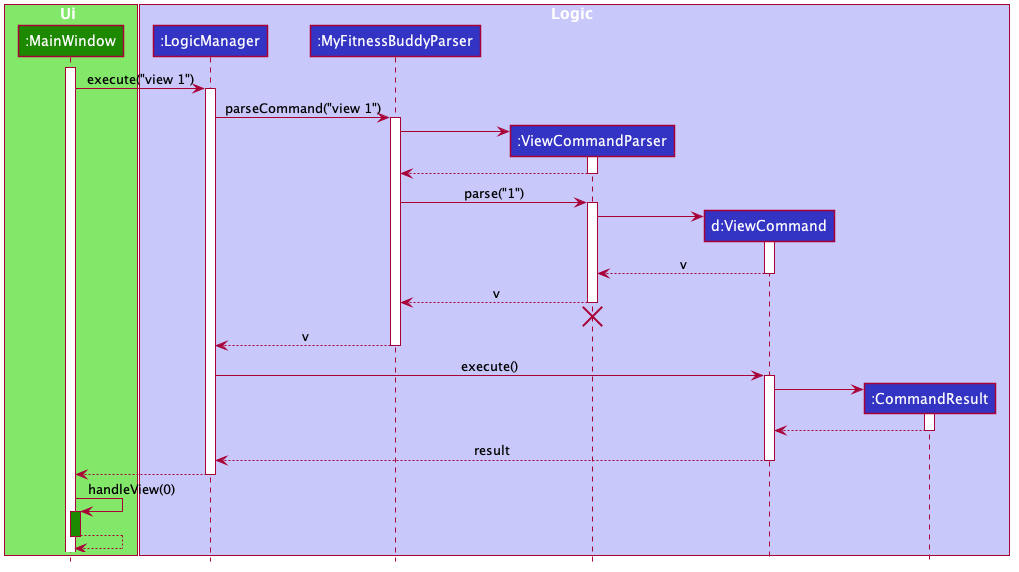
Earlier version of the PlantUML export docs/images/ViewSequenceDiagram.png (wayne987/tp).
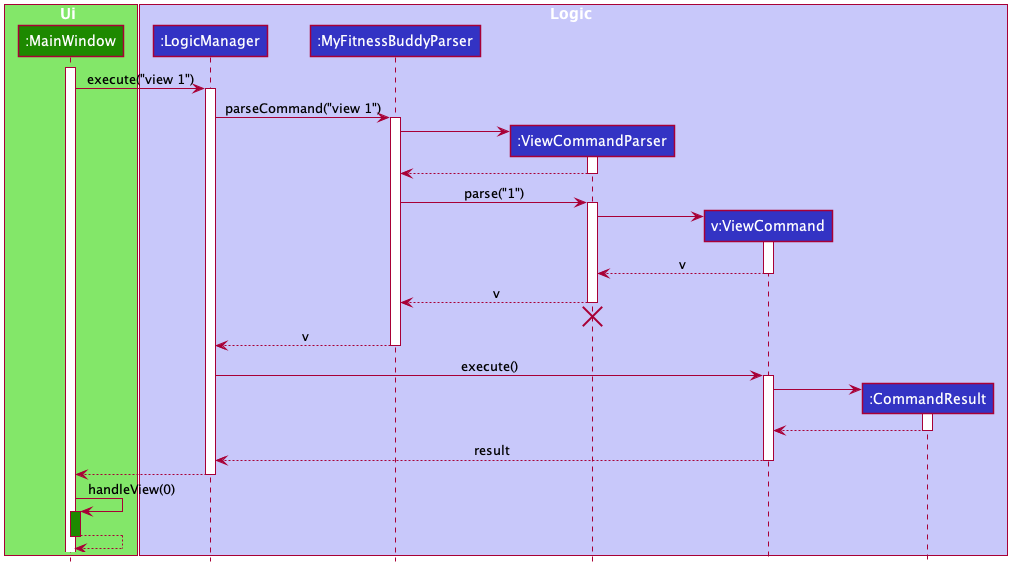
Later version of the same file.

The edit, as a diff of the source:
```diff
@@ -57,7 +57,7 @@
 participant ":LogicManager" as LogicManager #3333C4
 participant ":MyFitnessBuddyParser" as MyFitnessBuddyParser #3333C4
 participant ":ViewCommandParser" as ViewCommandParser #3333C4
-participant "d:ViewCommand" as ViewCommand #3333C4
+participant "v:ViewCommand" as ViewCommand #3333C4
 participant ":CommandResult" as CommandResult #3333C4
 end box
 
```
